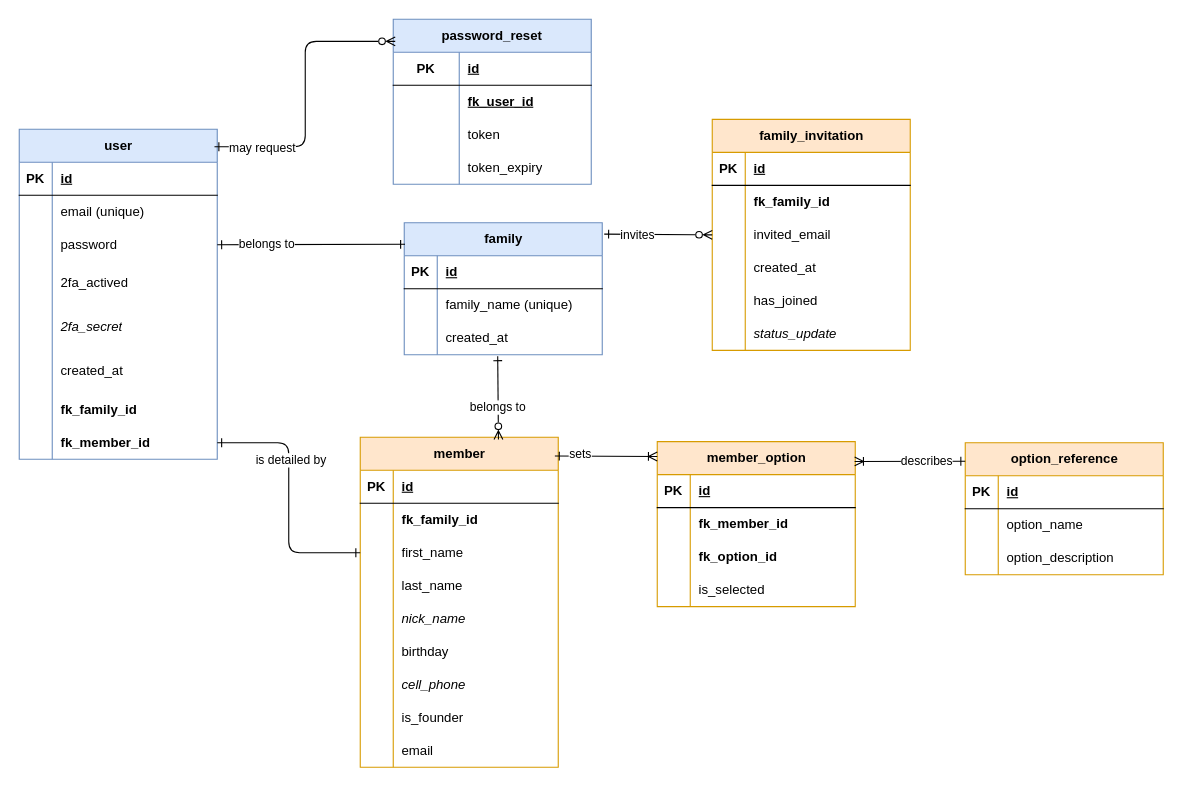
Before: docs/schema.drawio in greg1951/family-social-scratch, a draw.io diagram. Source tidied: cells renumbered, new cells numbered last; positions are measured from the earlier drawing's top-left corner, leaving out a move shared by most shapes. Both pictures are drawn from the tidied source at 110%, with x=0, y=0 at pixel (19, 19).
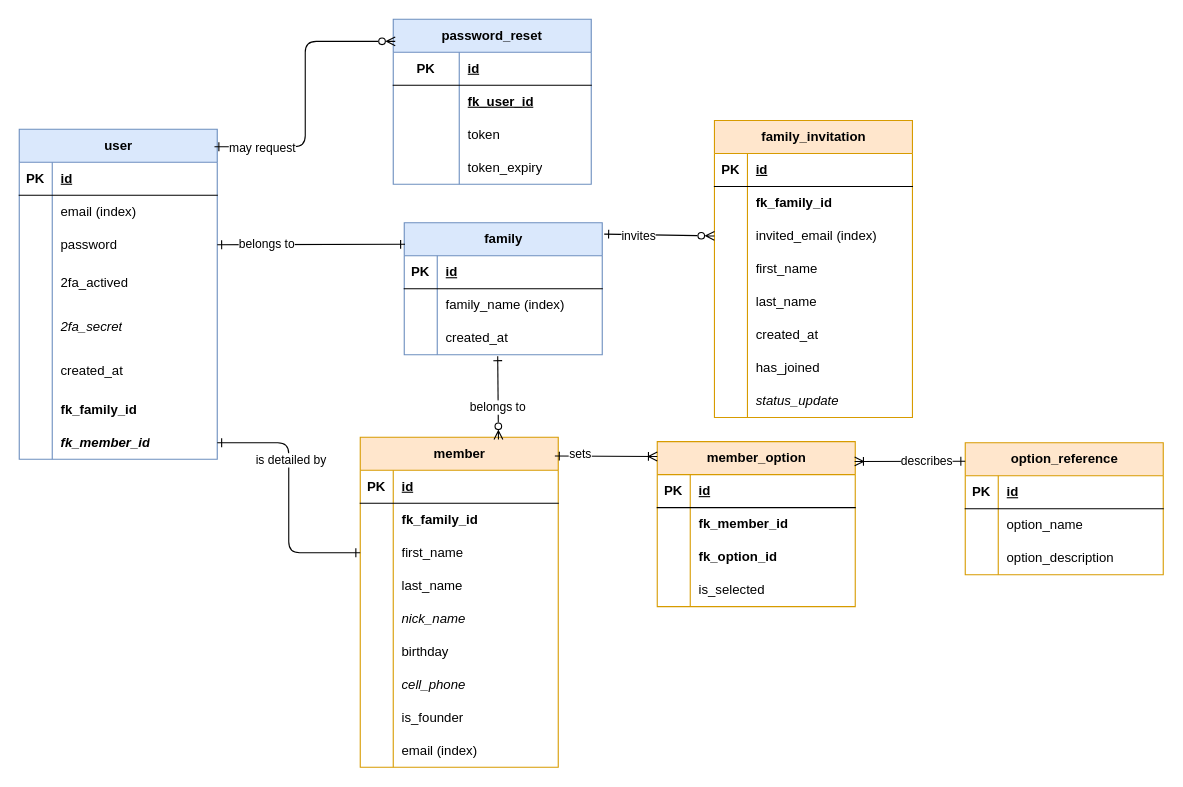
After the change.

Unchanged cells that the change refers to:
```xml
<mxCell id="6" style="shape=tableRow;horizontal=0;startSize=0;swimlaneHead=0;swimlaneBody=0;fillColor=none;top=0;left=0;right=0;bottom=0;swimlaneFillColor=#1A1A1A;" parent="2" vertex="1">
  <mxGeometry y="60" width="180" height="30" as="geometry" />
</mxCell>
<mxCell id="24" style="shape=tableRow;horizontal=0;startSize=0;swimlaneHead=0;swimlaneBody=0;fillColor=none;points=[[0,0.5],[1,0.5]];portConstraint=eastwest;top=0;left=0;right=0;bottom=0;swimlaneFillColor=#1A1A1A;" parent="2" vertex="1">
  <mxGeometry y="270" width="180" height="30" as="geometry" />
</mxCell>
<mxCell id="44" style="shape=tableRow;horizontal=0;startSize=0;swimlaneHead=0;swimlaneBody=0;fillColor=none;top=0;left=0;right=0;bottom=0;" parent="40" vertex="1">
  <mxGeometry y="60" width="180" height="30" as="geometry" />
</mxCell>
<mxCell id="57" style="shape=tableRow;horizontal=0;startSize=0;swimlaneHead=0;swimlaneBody=0;fillColor=none;points=[[0,0.5],[1,0.5]];portConstraint=eastwest;top=0;left=0;right=0;bottom=0;" parent="50" vertex="1">
  <mxGeometry y="90" width="180" height="30" as="geometry" />
</mxCell>
<mxCell id="94" style="shape=tableRow;horizontal=0;startSize=0;swimlaneHead=0;swimlaneBody=0;fillColor=none;top=0;left=0;right=0;bottom=0;" parent="69" vertex="1">
  <mxGeometry y="270" width="180" height="30" as="geometry" />
</mxCell>
```

Diff of the diagram source:
```diff
@@
-    <mxCell id="8" value="email (unique)" style="shape=partialRectangle;fillColor=none;top=0;left=0;bottom=0;right=0;align=left;spacingLeft=6;overflow=hidden;whiteSpace=wrap;html=1;swimlaneFillColor=#1A1A1A;" parent="6" vertex="1">
+    <mxCell id="8" value="email (index)" style="shape=partialRectangle;fillColor=none;top=0;left=0;bottom=0;right=0;align=left;spacingLeft=6;overflow=hidden;whiteSpace=wrap;html=1;swimlaneFillColor=#1A1A1A;" parent="6" vertex="1">
       <mxGeometry x="30" width="150" height="30" as="geometry" />
     </mxCell>
@@
-    <mxCell id="26" value="&lt;b&gt;fk_member_id&lt;/b&gt;" style="shape=partialRectangle;fillColor=none;top=0;left=0;bottom=0;right=0;align=left;spacingLeft=6;overflow=hidden;whiteSpace=wrap;html=1;swimlaneFillColor=#1A1A1A;" parent="24" vertex="1">
+    <mxCell id="26" value="&lt;b&gt;&lt;i&gt;fk_member_id&lt;/i&gt;&lt;/b&gt;" style="shape=partialRectangle;fillColor=none;top=0;left=0;bottom=0;right=0;align=left;spacingLeft=6;overflow=hidden;whiteSpace=wrap;html=1;swimlaneFillColor=#1A1A1A;" parent="24" vertex="1">
       <mxGeometry x="30" width="150" height="30" as="geometry" />
     </mxCell>
@@
-    <mxCell id="46" value="family_name (unique)" style="shape=partialRectangle;fillColor=none;top=0;left=0;bottom=0;right=0;align=left;spacingLeft=6;overflow=hidden;whiteSpace=wrap;html=1;" parent="44" vertex="1">
+    <mxCell id="46" value="family_name (index)" style="shape=partialRectangle;fillColor=none;top=0;left=0;bottom=0;right=0;align=left;spacingLeft=6;overflow=hidden;whiteSpace=wrap;html=1;" parent="44" vertex="1">
       <mxGeometry x="30" width="150" height="30" as="geometry" />
     </mxCell>
@@
     <mxCell id="50" value="family_invitation" style="shape=table;startSize=30;childLayout=tableLayout;rowLines=0;fontStyle=1;align=center;html=1;fillColor=#ffe6cc;strokeColor=#d79b00;" parent="1" vertex="1">
-      <mxGeometry x="630" y="91" width="180" height="210" as="geometry" />
+      <mxGeometry x="632" y="92" width="180" height="270" as="geometry" />
     </mxCell>
@@
-    <mxCell id="59" value="invited_email" style="shape=partialRectangle;fillColor=none;top=0;left=0;bottom=0;right=0;align=left;spacingLeft=6;overflow=hidden;whiteSpace=wrap;html=1;" parent="57" vertex="1">
+    <mxCell id="59" value="invited_email (index)" style="shape=partialRectangle;fillColor=none;top=0;left=0;bottom=0;right=0;align=left;spacingLeft=6;overflow=hidden;whiteSpace=wrap;html=1;" parent="57" vertex="1">
       <mxGeometry x="30" width="150" height="30" as="geometry" />
     </mxCell>
+    <mxCell id="134" style="shape=tableRow;horizontal=0;startSize=0;swimlaneHead=0;swimlaneBody=0;fillColor=none;top=0;left=0;right=0;bottom=0;" parent="50" vertex="1">
+      <mxGeometry y="120" width="180" height="30" as="geometry" />
+    </mxCell>
+    <mxCell id="135" style="shape=partialRectangle;fillColor=none;top=0;left=0;bottom=0;right=0;overflow=hidden;whiteSpace=wrap;html=1;" parent="134" vertex="1">
+      <mxGeometry width="30" height="30" as="geometry" />
+    </mxCell>
+    <mxCell id="136" value="first_name" style="shape=partialRectangle;fillColor=none;top=0;left=0;bottom=0;right=0;align=left;spacingLeft=6;overflow=hidden;whiteSpace=wrap;html=1;" parent="134" vertex="1">
+      <mxGeometry x="30" width="150" height="30" as="geometry" />
+    </mxCell>
+    <mxCell id="137" style="shape=tableRow;horizontal=0;startSize=0;swimlaneHead=0;swimlaneBody=0;fillColor=none;top=0;left=0;right=0;bottom=0;" parent="50" vertex="1">
+      <mxGeometry y="150" width="180" height="30" as="geometry" />
+    </mxCell>
+    <mxCell id="138" style="shape=partialRectangle;fillColor=none;top=0;left=0;bottom=0;right=0;overflow=hidden;whiteSpace=wrap;html=1;" parent="137" vertex="1">
+      <mxGeometry width="30" height="30" as="geometry" />
+    </mxCell>
+    <mxCell id="139" value="last_name" style="shape=partialRectangle;fillColor=none;top=0;left=0;bottom=0;right=0;align=left;spacingLeft=6;overflow=hidden;whiteSpace=wrap;html=1;" parent="137" vertex="1">
+      <mxGeometry x="30" width="150" height="30" as="geometry" />
+    </mxCell>
     <mxCell id="60" style="shape=tableRow;horizontal=0;startSize=0;swimlaneHead=0;swimlaneBody=0;fillColor=none;top=0;left=0;right=0;bottom=0;" parent="50" vertex="1">
-      <mxGeometry y="120" width="180" height="30" as="geometry" />
+      <mxGeometry y="180" width="180" height="30" as="geometry" />
     </mxCell>
@@
     <mxCell id="63" style="shape=tableRow;horizontal=0;startSize=0;swimlaneHead=0;swimlaneBody=0;fillColor=none;top=0;left=0;right=0;bottom=0;" parent="50" vertex="1">
-      <mxGeometry y="150" width="180" height="30" as="geometry" />
+      <mxGeometry y="210" width="180" height="30" as="geometry" />
     </mxCell>
@@
     <mxCell id="66" style="shape=tableRow;horizontal=0;startSize=0;swimlaneHead=0;swimlaneBody=0;fillColor=none;top=0;left=0;right=0;bottom=0;" parent="50" vertex="1">
-      <mxGeometry y="180" width="180" height="30" as="geometry" />
+      <mxGeometry y="240" width="180" height="30" as="geometry" />
     </mxCell>
@@
-    <mxCell id="96" value="email" style="shape=partialRectangle;fillColor=none;top=0;left=0;bottom=0;right=0;align=left;spacingLeft=6;overflow=hidden;whiteSpace=wrap;html=1;" parent="94" vertex="1">
+    <mxCell id="96" value="email (index)" style="shape=partialRectangle;fillColor=none;top=0;left=0;bottom=0;right=0;align=left;spacingLeft=6;overflow=hidden;whiteSpace=wrap;html=1;" parent="94" vertex="1">
       <mxGeometry x="30" width="150" height="30" as="geometry" />
     </mxCell>
```
